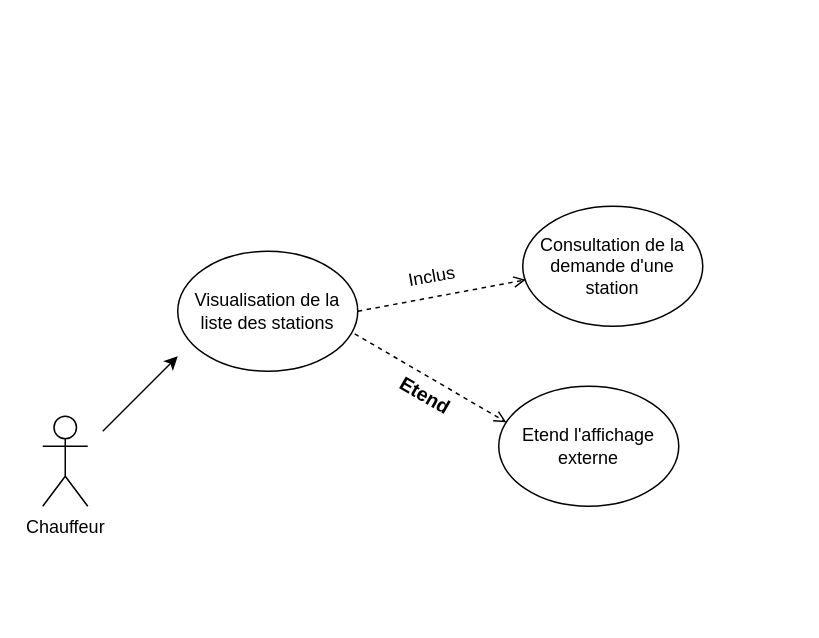
Above: Diagramme sans nom.drawio in BlancAlexis/AppRickAndMortyWimova (draw.io), before the change. Source tidied: cells renumbered, new cells numbered last; positions are measured from the earlier drawing's top-left corner, leaving out a move shared by most shapes. Both pictures are drawn from the tidied source at 150%, with x=0, y=0 at pixel (42, 206).
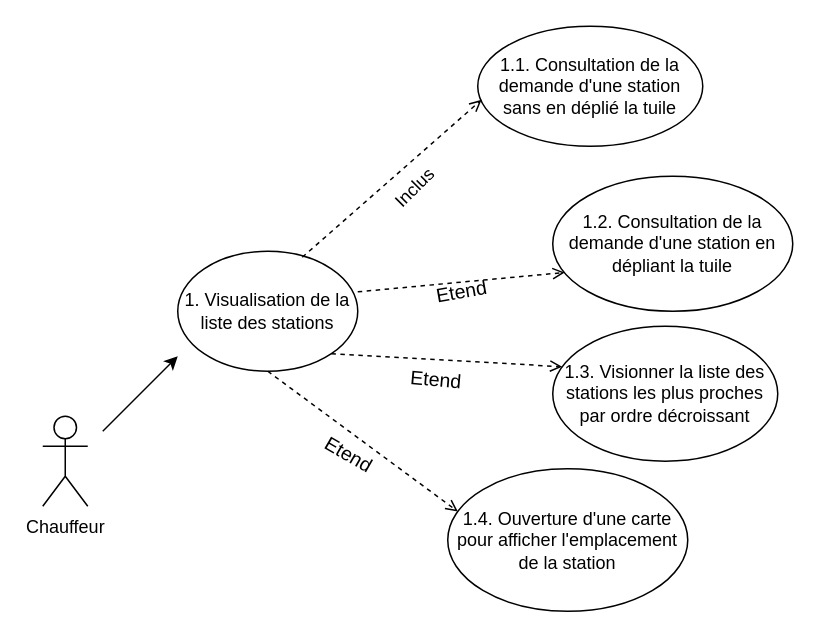
After the change.

Commit message:
Mettre à jour Diagramme sans nom.drawio

The edit, as a diff of the source:
```diff
@@
 <mxGraphModel>
   <root>
     <mxCell id="0" />
     <mxCell id="1" parent="0" />
     <mxCell id="2" value="&lt;div&gt;Chauffeur&lt;/div&gt;&lt;div&gt;&lt;br&gt;&lt;/div&gt;" style="shape=umlActor;verticalLabelPosition=bottom;verticalAlign=top;html=1;" parent="1" vertex="1">
       <mxGeometry y="140" width="30" height="60" as="geometry" />
     </mxCell>
     <mxCell id="3" style="endArrow=classic;html=1;rounded=0;" parent="1" edge="1">
       <mxGeometry relative="1" as="geometry">
         <mxPoint x="40" y="150" as="sourcePoint" />
         <mxPoint x="90" y="100" as="targetPoint" />
       </mxGeometry>
     </mxCell>
-    <mxCell id="4" value="Visualisation de la liste des stations" style="ellipse;whiteSpace=wrap;html=1;" parent="1" vertex="1">
+    <mxCell id="4" value="1. Visualisation de la liste des stations" style="ellipse;whiteSpace=wrap;html=1;" parent="1" vertex="1">
       <mxGeometry x="90" y="30" width="120" height="80" as="geometry" />
     </mxCell>
-    <mxCell id="5" value="Etend l'affichage externe" style="ellipse;whiteSpace=wrap;html=1;" parent="1" vertex="1">
-      <mxGeometry x="304" y="120" width="120" height="80" as="geometry" />
+    <mxCell id="5" value="&lt;div align=&quot;center&quot;&gt;1.3. Visionner la liste des stations les plus proches par ordre décroissant&lt;/div&gt;" style="ellipse;whiteSpace=wrap;html=1;align=center;" parent="1" vertex="1">
+      <mxGeometry x="340" y="80" width="150" height="90" as="geometry" />
     </mxCell>
-    <mxCell id="6" style="endArrow=open;html=1;rounded=0;exitX=0.983;exitY=0.688;exitDx=0;exitDy=0;exitPerimeter=0;entryX=0.042;entryY=0.3;entryDx=0;entryDy=0;entryPerimeter=0;dashed=1;endFill=0;" parent="1" edge="1" source="4" target="5">
+    <mxCell id="6" style="endArrow=open;html=1;rounded=0;exitX=1;exitY=1;exitDx=0;exitDy=0;entryX=0.042;entryY=0.3;entryDx=0;entryDy=0;entryPerimeter=0;dashed=1;endFill=0;" parent="1" edge="1" source="4" target="5">
       <mxGeometry relative="1" as="geometry" />
     </mxCell>
-    <mxCell id="7" value="Consultation de la demande d'une station" style="ellipse;whiteSpace=wrap;html=1;" parent="1" vertex="1">
-      <mxGeometry x="320" width="120" height="80" as="geometry" />
+    <mxCell id="7" value="1.1. Consultation de la demande d'une station sans en déplié la tuile" style="ellipse;whiteSpace=wrap;html=1;" parent="1" vertex="1">
+      <mxGeometry x="290" y="-120" width="150" height="80" as="geometry" />
     </mxCell>
-    <mxCell id="8" style="endArrow=open;html=1;rounded=0;exitX=1;exitY=0.5;exitDx=0;exitDy=0;entryX=0.017;entryY=0.613;entryDx=0;entryDy=0;entryPerimeter=0;dashed=1;endFill=0;" parent="1" edge="1" source="4" target="7">
+    <mxCell id="8" style="endArrow=open;html=1;rounded=0;exitX=0.692;exitY=0.05;exitDx=0;exitDy=0;entryX=0.017;entryY=0.613;entryDx=0;entryDy=0;entryPerimeter=0;dashed=1;endFill=0;exitPerimeter=0;" parent="1" edge="1" source="4" target="7">
       <mxGeometry relative="1" as="geometry" />
     </mxCell>
-    <mxCell id="9" value="&lt;h1 style=&quot;font-size: 13px;&quot;&gt;Etend&lt;/h1&gt;" style="text;html=1;strokeColor=none;fillColor=none;spacing=5;spacingTop=-20;whiteSpace=wrap;overflow=hidden;rounded=0;rotation=30;" parent="1" vertex="1">
-      <mxGeometry x="230" y="120" width="50" height="20" as="geometry" />
+    <mxCell id="9" value="&lt;h1 style=&quot;font-size: 13px;&quot;&gt;&lt;span style=&quot;font-weight: normal;&quot;&gt;Etend&lt;/span&gt;&lt;/h1&gt;" style="text;html=1;strokeColor=none;fillColor=none;spacing=5;spacingTop=-20;whiteSpace=wrap;overflow=hidden;rounded=0;rotation=-10;" parent="1" vertex="1">
+      <mxGeometry x="258" y="50" width="50" height="20" as="geometry" />
     </mxCell>
-    <mxCell id="10" value="Inclus" style="text;html=1;strokeColor=none;fillColor=none;spacing=5;spacingTop=-20;whiteSpace=wrap;overflow=hidden;rounded=0;rotation=-10;" parent="1" vertex="1">
-      <mxGeometry x="240" y="50" width="40" as="geometry" />
+    <mxCell id="10" value="Inclus" style="text;html=1;strokeColor=none;fillColor=none;spacing=5;spacingTop=-20;whiteSpace=wrap;overflow=hidden;rounded=0;rotation=-45;" parent="1" vertex="1">
+      <mxGeometry x="230" y="-10" width="40" as="geometry" />
     </mxCell>
+    <mxCell id="11" value="&lt;div align=&quot;center&quot;&gt;1.4. Ouverture d'une carte pour afficher l'emplacement de la station&lt;/div&gt;" style="ellipse;whiteSpace=wrap;html=1;align=center;" parent="1" vertex="1">
+      <mxGeometry x="270" y="175" width="160" height="95" as="geometry" />
+    </mxCell>
+    <mxCell id="12" style="endArrow=open;html=1;rounded=0;exitX=0.5;exitY=1;exitDx=0;exitDy=0;entryX=0.042;entryY=0.3;entryDx=0;entryDy=0;entryPerimeter=0;dashed=1;endFill=0;" parent="1" edge="1" source="4" target="11">
+      <mxGeometry relative="1" as="geometry" />
+    </mxCell>
+    <mxCell id="13" value="&lt;h1 style=&quot;font-size: 13px;&quot;&gt;&lt;span style=&quot;font-weight: normal;&quot;&gt;Etend&lt;/span&gt;&lt;/h1&gt;" style="text;html=1;strokeColor=none;fillColor=none;spacing=5;spacingTop=-20;whiteSpace=wrap;overflow=hidden;rounded=0;rotation=30;" parent="1" vertex="1">
+      <mxGeometry x="180" y="160" width="50" height="20" as="geometry" />
+    </mxCell>
+    <mxCell id="14" value="1.2. Consultation de la demande d'une station en dépliant la tuile" style="ellipse;whiteSpace=wrap;html=1;" parent="1" vertex="1">
+      <mxGeometry x="340" y="-20" width="160" height="90" as="geometry" />
+    </mxCell>
+    <mxCell id="15" style="endArrow=open;html=1;rounded=0;exitX=1;exitY=0.338;exitDx=0;exitDy=0;entryX=0.05;entryY=0.713;entryDx=0;entryDy=0;entryPerimeter=0;dashed=1;endFill=0;exitPerimeter=0;" parent="1" edge="1" source="4" target="14">
+      <mxGeometry relative="1" as="geometry" />
+    </mxCell>
+    <mxCell id="16" value="&lt;h1 style=&quot;font-size: 13px;&quot;&gt;&lt;span style=&quot;font-weight: normal;&quot;&gt;Etend&lt;/span&gt;&lt;/h1&gt;" style="text;html=1;strokeColor=none;fillColor=none;spacing=5;spacingTop=-20;whiteSpace=wrap;overflow=hidden;rounded=0;rotation=5;" parent="1" vertex="1">
+      <mxGeometry x="240" y="110" width="50" height="20" as="geometry" />
+    </mxCell>
   </root>
 </mxGraphModel>
```
